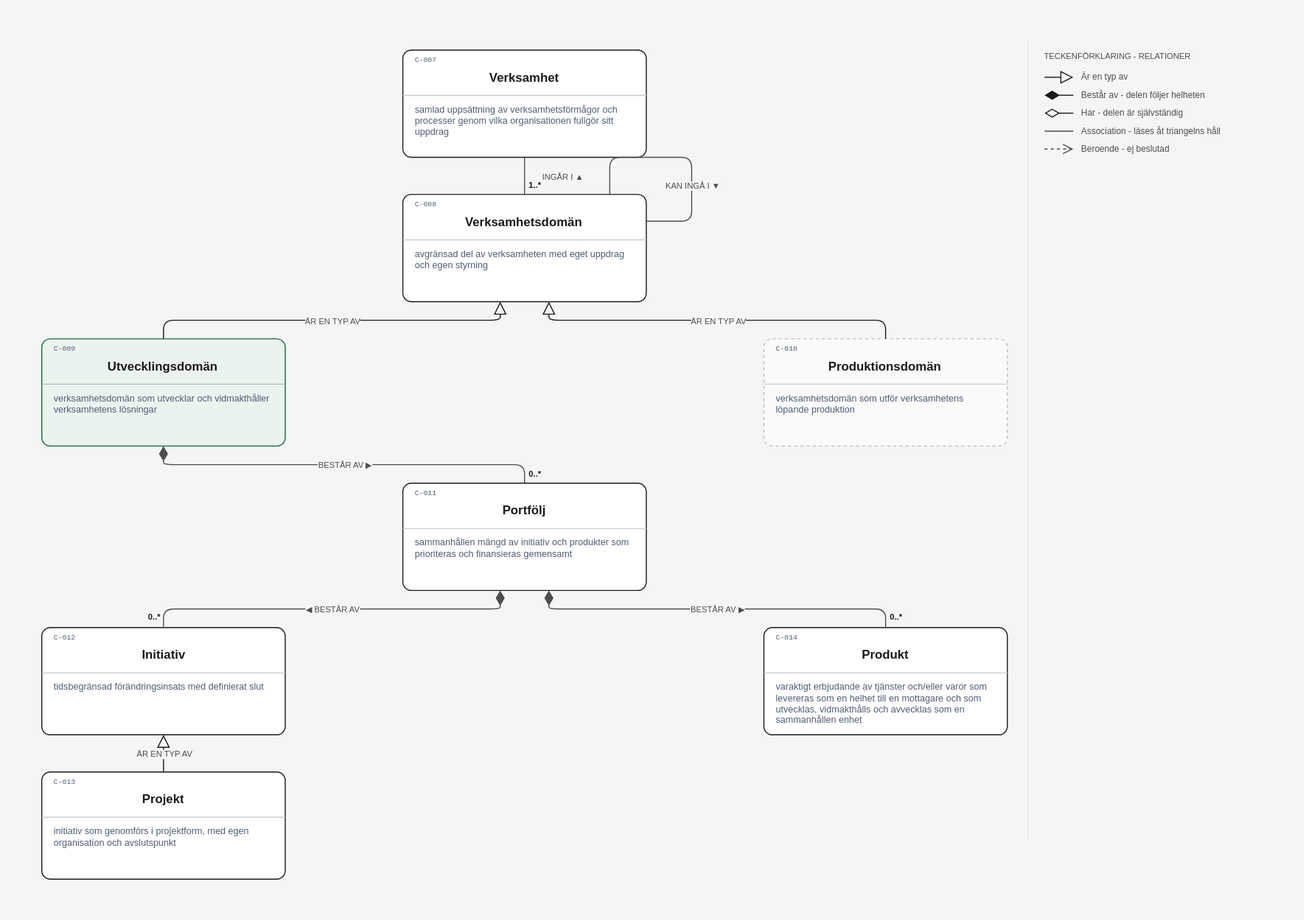
This is layout/Styrning/Styrobjekt begreppsmodell.drawio.svg from nickdin/gestaltadet-katalog, a draw.io export, as it was before one commit. Source tidied: cells renumbered, new cells last; positions are measured from the earlier drawing's top-left corner, leaving out a move shared by most shapes.
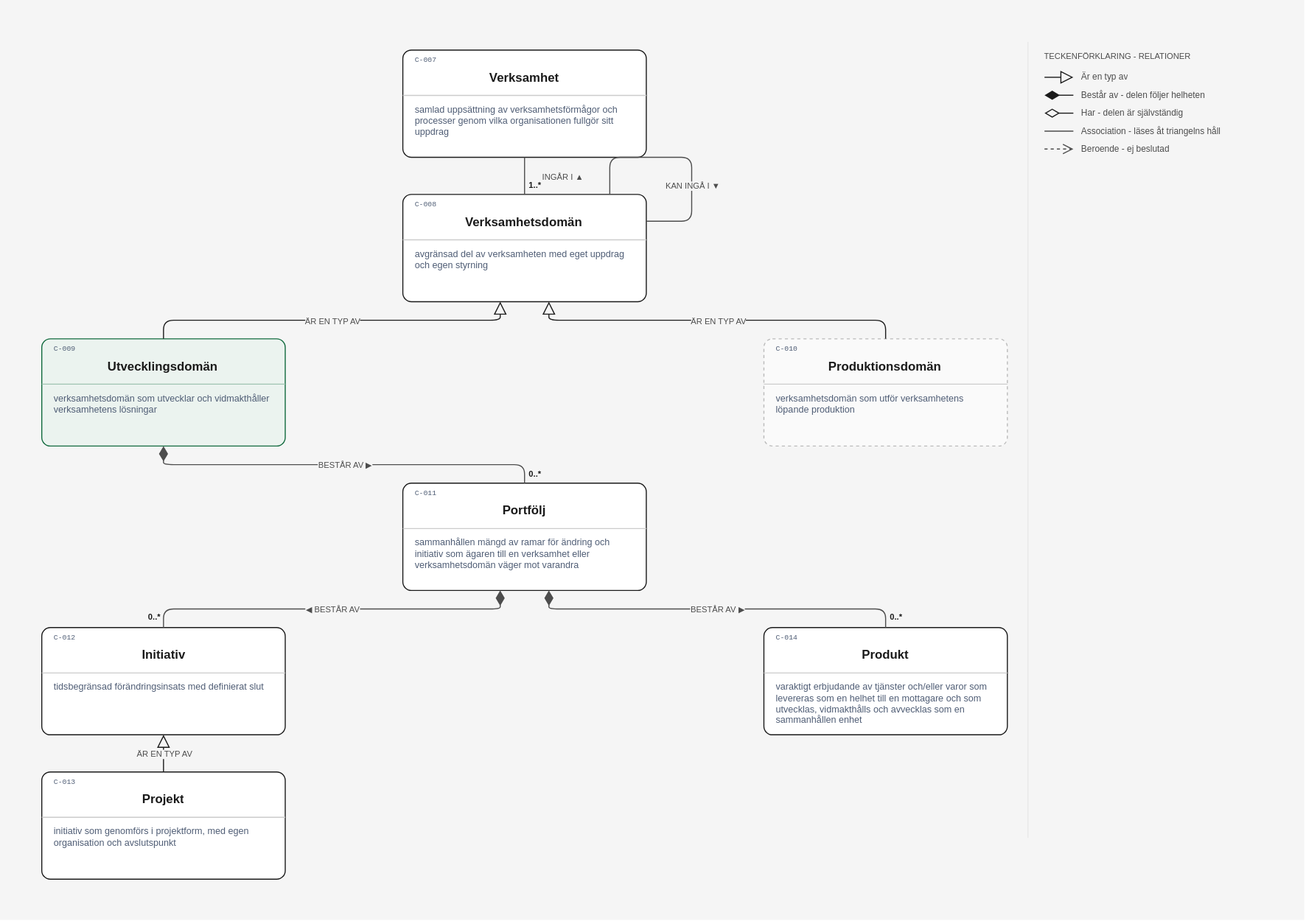
Above is the later version.

Commit message:
Ritningen Styrobjekt begreppsmodell: 1 definitionstext ändrad, Portfölj (C-011), inga pilar ändrade, Ticket #183

Claude-Session: https://claude.ai/code/session_014hgawK7ATpaCj7Z6dFRSFg

Diff of the diagram source:
```diff
@@ -107,8 +107,8 @@
     <mxCell id="31" value="C-011" style="text;html=1;strokeColor=none;fillColor=none;align=left;verticalAlign=middle;whiteSpace=wrap;overflow=hidden;fontFamily=Courier New;fontSize=7;fontColor=#4f5d75;spacing=0;" parent="27" vertex="1">
       <mxGeometry x="12" y="5" width="60" height="10" as="geometry" />
     </mxCell>
-    <mxCell id="32" value="sammanhållen mängd av initiativ och produkter som prioriteras och finansieras gemensamt" style="text;html=1;strokeColor=none;fillColor=none;align=left;verticalAlign=top;whiteSpace=wrap;overflow=hidden;fontFamily=Helvetica;fontSize=9;fontColor=#4f5d75;spacing=0;spacingTop=0;" parent="27" vertex="1">
-      <mxGeometry x="12" y="48" width="212" height="26" as="geometry" />
+    <mxCell id="32" value="sammanhållen mängd av ramar för ändring och initiativ som ägaren till en verksamhet eller verksamhetsdomän väger mot varandra" style="text;html=1;strokeColor=none;fillColor=none;align=left;verticalAlign=top;whiteSpace=wrap;overflow=hidden;fontFamily=Helvetica;fontSize=9;fontColor=#4f5d75;spacing=0;spacingTop=0;" parent="27" vertex="1">
+      <mxGeometry x="12" y="48" width="212" height="37" as="geometry" />
     </mxCell>
     <mxCell id="33" style="group;" parent="1" vertex="1">
       <mxGeometry x="40" y="608" width="236" height="104" as="geometry" />
```
